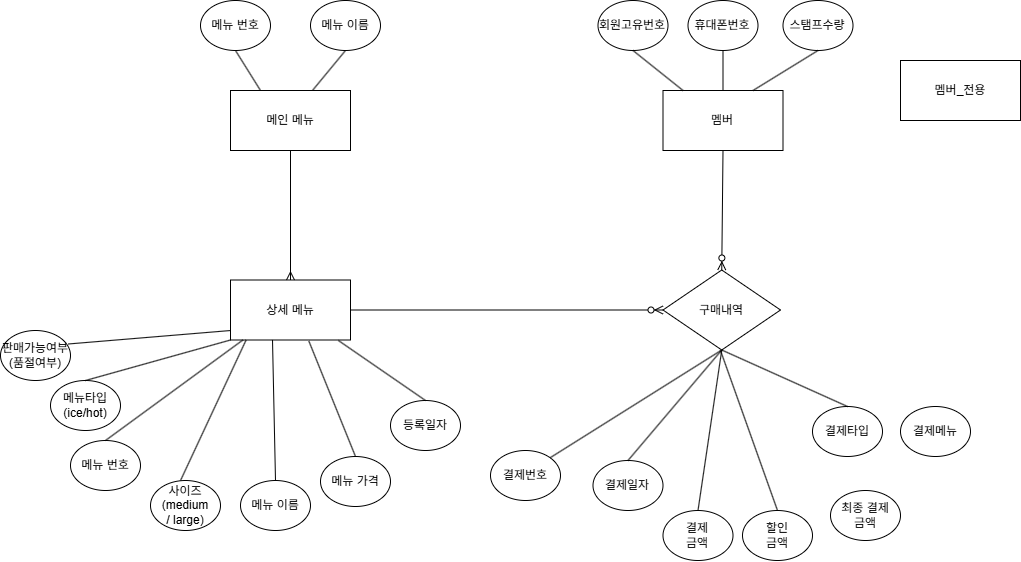
Before: docs/03_개념적모델링.png, a diagram exported from draw.io (2605-training-team01/project01). Source tidied: cells renumbered, new cells last; positions are measured from the earlier drawing's top-left corner, leaving out a move shared by most shapes.
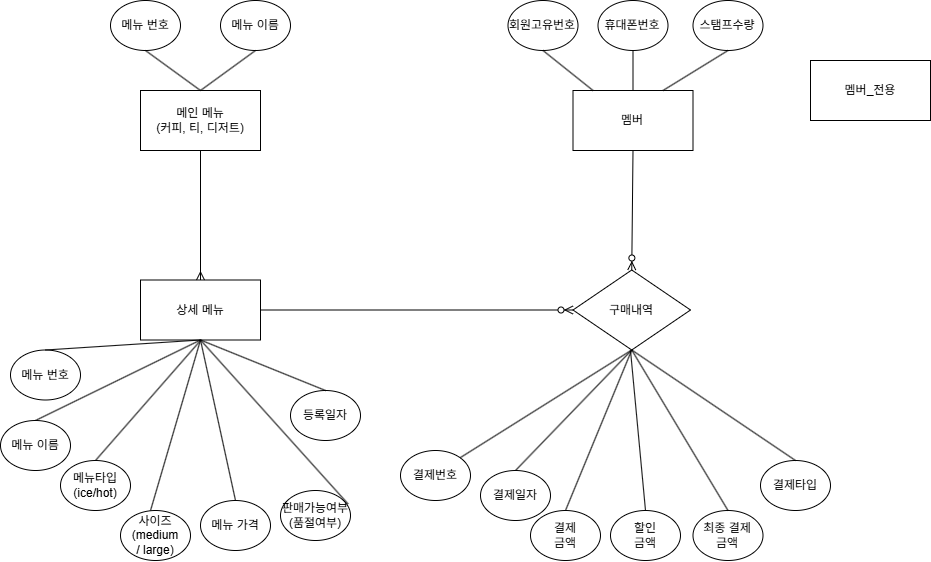
Later version of the same file.

Commit message:
개념적모델링_추가

What changed in the source:
```diff
@@ -2,7 +2,7 @@
   <root>
     <mxCell id="0" />
     <mxCell id="1" parent="0" />
-    <mxCell id="2" value="메인 메뉴" style="rounded=0;whiteSpace=wrap;html=1;" parent="1" vertex="1">
+    <mxCell id="2" value="메인 메뉴&lt;br&gt;(커피, 티, 디저트)" style="rounded=0;whiteSpace=wrap;html=1;" parent="1" vertex="1">
       <mxGeometry x="230" y="90" width="120" height="60" as="geometry" />
     </mxCell>
     <mxCell id="3" value="메뉴 번호" style="ellipse;whiteSpace=wrap;html=1;rounded=0;" parent="1" vertex="1">
@@ -14,28 +14,30 @@
     <mxCell id="5" value="상세 메뉴" style="rounded=0;whiteSpace=wrap;html=1;" parent="1" vertex="1">
       <mxGeometry x="230" y="279.5" width="120" height="60" as="geometry" />
     </mxCell>
-    <mxCell id="6" style="rounded=0;jettySize=auto;html=1;exitX=0.5;exitY=1;exitDx=0;exitDy=0;endArrow=none;endFill=0;entryX=0.25;entryY=0;entryDx=0;entryDy=0;" parent="1" edge="1" source="3" target="2">
+    <mxCell id="6" style="rounded=0;jettySize=auto;html=1;exitX=0.5;exitY=1;exitDx=0;exitDy=0;endArrow=none;endFill=0;entryX=0.5;entryY=0;entryDx=0;entryDy=0;" parent="1" edge="1" source="3" target="2">
       <mxGeometry relative="1" as="geometry" />
     </mxCell>
-    <mxCell id="7" style="endArrow=none;html=1;rounded=0;entryX=0.5;entryY=1;entryDx=0;entryDy=0;exitX=0.683;exitY=0;exitDx=0;exitDy=0;exitPerimeter=0;" parent="1" edge="1" source="2" target="4">
-      <mxGeometry relative="1" as="geometry" />
+    <mxCell id="7" style="endArrow=none;html=1;rounded=0;entryX=0.5;entryY=1;entryDx=0;entryDy=0;" parent="1" edge="1" target="4">
+      <mxGeometry relative="1" as="geometry">
+        <mxPoint x="290" y="90" as="sourcePoint" />
+      </mxGeometry>
     </mxCell>
     <mxCell id="8" value="메뉴 번호" style="ellipse;whiteSpace=wrap;html=1;rounded=0;" parent="1" vertex="1">
-      <mxGeometry x="70" y="440" width="70" height="50" as="geometry" />
+      <mxGeometry x="100" y="349.5" width="70" height="50" as="geometry" />
     </mxCell>
     <mxCell id="9" value="메뉴 가격" style="ellipse;whiteSpace=wrap;html=1;rounded=0;" parent="1" vertex="1">
-      <mxGeometry x="320" y="456" width="70" height="50" as="geometry" />
+      <mxGeometry x="290" y="500" width="70" height="50" as="geometry" />
     </mxCell>
-    <mxCell id="10" style="endArrow=none;html=1;rounded=0;entryX=0.5;entryY=0;entryDx=0;entryDy=0;exitX=0.104;exitY=0.999;exitDx=0;exitDy=0;exitPerimeter=0;" parent="1" edge="1" source="5" target="8">
+    <mxCell id="10" style="endArrow=none;html=1;rounded=0;entryX=0.5;entryY=0;entryDx=0;entryDy=0;exitX=0.5;exitY=1;exitDx=0;exitDy=0;" parent="1" edge="1" source="5" target="8">
       <mxGeometry relative="1" as="geometry" />
     </mxCell>
-    <mxCell id="11" style="endArrow=none;html=1;rounded=0;exitX=0.653;exitY=1.018;exitDx=0;exitDy=0;exitPerimeter=0;entryX=0.5;entryY=0;entryDx=0;entryDy=0;" parent="1" edge="1" source="5" target="9">
+    <mxCell id="11" style="endArrow=none;html=1;rounded=0;exitX=0.5;exitY=1;exitDx=0;exitDy=0;entryX=0.5;entryY=0;entryDx=0;entryDy=0;" parent="1" edge="1" source="5" target="9">
       <mxGeometry relative="1" as="geometry" />
     </mxCell>
     <mxCell id="12" value="등록일자" style="ellipse;whiteSpace=wrap;html=1;rounded=0;" parent="1" vertex="1">
-      <mxGeometry x="390" y="400" width="70" height="50" as="geometry" />
+      <mxGeometry x="380" y="390" width="70" height="50" as="geometry" />
     </mxCell>
-    <mxCell id="13" style="endArrow=none;html=1;rounded=0;exitX=0.899;exitY=1.008;exitDx=0;exitDy=0;exitPerimeter=0;entryX=0.5;entryY=0;entryDx=0;entryDy=0;" parent="1" edge="1" source="5" target="12">
+    <mxCell id="13" style="endArrow=none;html=1;rounded=0;exitX=0.5;exitY=1;exitDx=0;exitDy=0;entryX=0.5;entryY=0;entryDx=0;entryDy=0;" parent="1" edge="1" source="5" target="12">
       <mxGeometry relative="1" as="geometry" />
     </mxCell>
     <mxCell id="14" value="멤버" style="rounded=0;whiteSpace=wrap;html=1;" parent="1" vertex="1">
@@ -60,16 +62,16 @@
       <mxGeometry relative="1" as="geometry" />
     </mxCell>
     <mxCell id="21" value="결제일자" style="ellipse;whiteSpace=wrap;html=1;rounded=0;" parent="1" vertex="1">
-      <mxGeometry x="592.5" y="460" width="70" height="50" as="geometry" />
+      <mxGeometry x="570" y="470" width="70" height="50" as="geometry" />
     </mxCell>
     <mxCell id="22" value="결제&lt;div&gt;금액&lt;/div&gt;" style="ellipse;whiteSpace=wrap;html=1;rounded=0;" parent="1" vertex="1">
-      <mxGeometry x="662.5" y="510" width="70" height="50" as="geometry" />
+      <mxGeometry x="620" y="510" width="70" height="50" as="geometry" />
     </mxCell>
     <mxCell id="23" value="결제번호" style="ellipse;whiteSpace=wrap;html=1;rounded=0;" parent="1" vertex="1">
       <mxGeometry x="490" y="450" width="70" height="50" as="geometry" />
     </mxCell>
     <mxCell id="24" value="결제타입" style="ellipse;whiteSpace=wrap;html=1;rounded=0;" parent="1" vertex="1">
-      <mxGeometry x="812" y="406" width="70" height="50" as="geometry" />
+      <mxGeometry x="850" y="460" width="70" height="50" as="geometry" />
     </mxCell>
     <mxCell id="25" style="endArrow=none;html=1;rounded=0;exitX=1;exitY=0;exitDx=0;exitDy=0;entryX=0.5;entryY=1;entryDx=0;entryDy=0;" parent="1" edge="1" source="23" target="34">
       <mxGeometry relative="1" as="geometry" />
@@ -83,11 +85,11 @@
     <mxCell id="28" style="endArrow=none;html=1;rounded=0;exitX=0.5;exitY=0;exitDx=0;exitDy=0;entryX=0.5;entryY=1;entryDx=0;entryDy=0;" parent="1" edge="1" source="24" target="34">
       <mxGeometry relative="1" as="geometry" />
     </mxCell>
-    <mxCell id="29" style="endArrow=none;html=1;rounded=0;exitX=0.35;exitY=0.999;exitDx=0;exitDy=0;exitPerimeter=0;entryX=0.5;entryY=0;entryDx=0;entryDy=0;" parent="1" edge="1" source="5" target="30">
+    <mxCell id="29" style="endArrow=none;html=1;rounded=0;exitX=0.5;exitY=1;exitDx=0;exitDy=0;entryX=0.5;entryY=0;entryDx=0;entryDy=0;" parent="1" edge="1" source="5" target="30">
       <mxGeometry relative="1" as="geometry" />
     </mxCell>
     <mxCell id="30" value="메뉴 이름" style="ellipse;whiteSpace=wrap;html=1;rounded=0;" parent="1" vertex="1">
-      <mxGeometry x="240" y="480" width="70" height="50" as="geometry" />
+      <mxGeometry x="90" y="420" width="70" height="50" as="geometry" />
     </mxCell>
     <mxCell id="31" style="fontSize=12;html=1;endArrow=ERzeroToMany;endFill=1;rounded=0;entryX=0;entryY=0.5;entryDx=0;entryDy=0;exitX=1;exitY=0.5;exitDx=0;exitDy=0;" parent="1" edge="1" source="5" target="34">
       <mxGeometry relative="1" as="geometry" />
@@ -104,20 +106,17 @@
     <mxCell id="35" value="멤버_전용" style="rounded=0;whiteSpace=wrap;html=1;" parent="1" vertex="1">
       <mxGeometry x="900" y="60" width="120" height="60" as="geometry" />
     </mxCell>
-    <mxCell id="36" value="결제메뉴" style="ellipse;whiteSpace=wrap;html=1;rounded=0;" parent="1" vertex="1">
-      <mxGeometry x="900" y="406" width="70" height="50" as="geometry" />
-    </mxCell>
     <mxCell id="37" value="할인&lt;div&gt;금액&lt;/div&gt;" style="ellipse;whiteSpace=wrap;html=1;rounded=0;" parent="1" vertex="1">
-      <mxGeometry x="742" y="510" width="70" height="50" as="geometry" />
+      <mxGeometry x="700" y="510" width="70" height="50" as="geometry" />
     </mxCell>
     <mxCell id="38" value="판매가능여부&lt;br&gt;(품절여부)" style="ellipse;whiteSpace=wrap;html=1;rounded=0;" parent="1" vertex="1">
-      <mxGeometry y="330" width="70" height="50" as="geometry" />
+      <mxGeometry x="370" y="490" width="70" height="50" as="geometry" />
     </mxCell>
-    <mxCell id="39" style="endArrow=none;html=1;rounded=0;entryX=0.966;entryY=0.27;entryDx=0;entryDy=0;exitX=0;exitY=0.842;exitDx=0;exitDy=0;exitPerimeter=0;entryPerimeter=0;" parent="1" edge="1" source="5" target="38">
+    <mxCell id="39" style="endArrow=none;html=1;rounded=0;entryX=0.966;entryY=0.27;entryDx=0;entryDy=0;exitX=0.5;exitY=1;exitDx=0;exitDy=0;entryPerimeter=0;" parent="1" edge="1" source="5" target="38">
       <mxGeometry relative="1" as="geometry" />
     </mxCell>
     <mxCell id="40" value="최종 결제&lt;div&gt;금액&lt;/div&gt;" style="ellipse;whiteSpace=wrap;html=1;rounded=0;" parent="1" vertex="1">
-      <mxGeometry x="830" y="490" width="70" height="50" as="geometry" />
+      <mxGeometry x="782.5" y="510" width="70" height="50" as="geometry" />
     </mxCell>
     <mxCell id="41" style="endArrow=none;html=1;rounded=0;exitX=0.5;exitY=0;exitDx=0;exitDy=0;" parent="1" edge="1" source="37">
       <mxGeometry relative="1" as="geometry">
@@ -125,16 +124,21 @@
       </mxGeometry>
     </mxCell>
     <mxCell id="42" value="메뉴타입&lt;br&gt;(ice/hot)" style="ellipse;whiteSpace=wrap;html=1;rounded=0;" parent="1" vertex="1">
-      <mxGeometry x="50" y="380" width="70" height="50" as="geometry" />
+      <mxGeometry x="150" y="460" width="70" height="50" as="geometry" />
     </mxCell>
     <mxCell id="43" value="사이즈&lt;br&gt;(medium&lt;div&gt;/ large)&lt;/div&gt;" style="ellipse;whiteSpace=wrap;html=1;rounded=0;" parent="1" vertex="1">
-      <mxGeometry x="150" y="480" width="70" height="50" as="geometry" />
+      <mxGeometry x="210" y="510" width="70" height="50" as="geometry" />
     </mxCell>
-    <mxCell id="44" style="endArrow=none;html=1;rounded=0;entryX=0.5;entryY=0;entryDx=0;entryDy=0;exitX=0;exitY=1;exitDx=0;exitDy=0;" parent="1" edge="1" source="5" target="42">
-      <mxGeometry relative="1" as="geometry" />
+    <mxCell id="44" style="endArrow=none;html=1;rounded=0;entryX=0.5;entryY=0;entryDx=0;entryDy=0;" parent="1" edge="1" target="42">
+      <mxGeometry relative="1" as="geometry">
+        <mxPoint x="290" y="340" as="sourcePoint" />
+      </mxGeometry>
     </mxCell>
-    <mxCell id="45" style="endArrow=none;html=1;rounded=0;entryX=0.429;entryY=0;entryDx=0;entryDy=0;exitX=0.13;exitY=1;exitDx=0;exitDy=0;exitPerimeter=0;entryPerimeter=0;" parent="1" edge="1" source="5" target="43">
+    <mxCell id="45" style="endArrow=none;html=1;rounded=0;entryX=0.429;entryY=0;entryDx=0;entryDy=0;exitX=0.5;exitY=1;exitDx=0;exitDy=0;entryPerimeter=0;" parent="1" edge="1" source="5" target="43">
       <mxGeometry relative="1" as="geometry" />
     </mxCell>
+    <mxCell id="46" style="endArrow=none;html=1;rounded=0;exitX=0.5;exitY=0;exitDx=0;exitDy=0;entryX=0.5;entryY=1;entryDx=0;entryDy=0;" parent="1" edge="1" source="40" target="34">
+      <mxGeometry relative="1" as="geometry" />
+    </mxCell>
   </root>
 </mxGraphModel>
```
